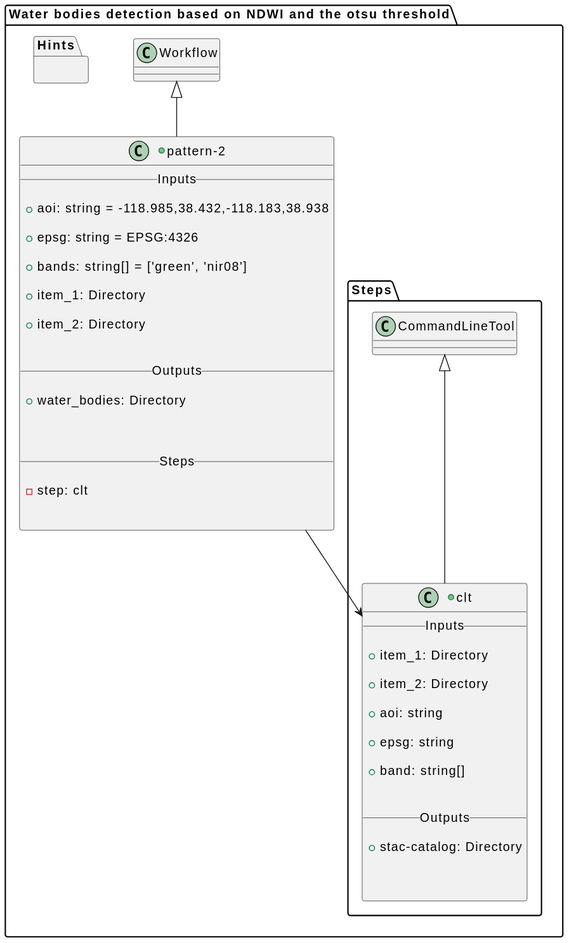
The PlantUML diagram docs/pattern-2/class.svg in eoap/application-package-patterns, before a commit. The source it was exported from:
```plantuml
@startuml














    package "Water bodies detection based on NDWI and the otsu threshold" {



    +class "pattern-2" as Workflow_pattern_2 extends Workflow {
        __ Inputs __

        + aoi: string = -118.985,38.432,-118.183,38.938

        + epsg: string = EPSG:4326

        + bands: string[] = ['green', 'nir08']

        + item_1: Directory

        + item_2: Directory


        __ Outputs __

        + water_bodies: Directory



        __ Steps __

        - step: clt


    }


















    package "Steps" {







    +class "clt" as CommandLineTool_clt extends CommandLineTool {
        __ Inputs __

        + item_1: Directory

        + item_2: Directory

        + aoi: string

        + epsg: string

        + band: string[]


        __ Outputs __

        + stac-catalog: Directory



    }





















Workflow_pattern_2 --> CommandLineTool_clt


    }





    package "Hints" {



    }

}
@enduml
```
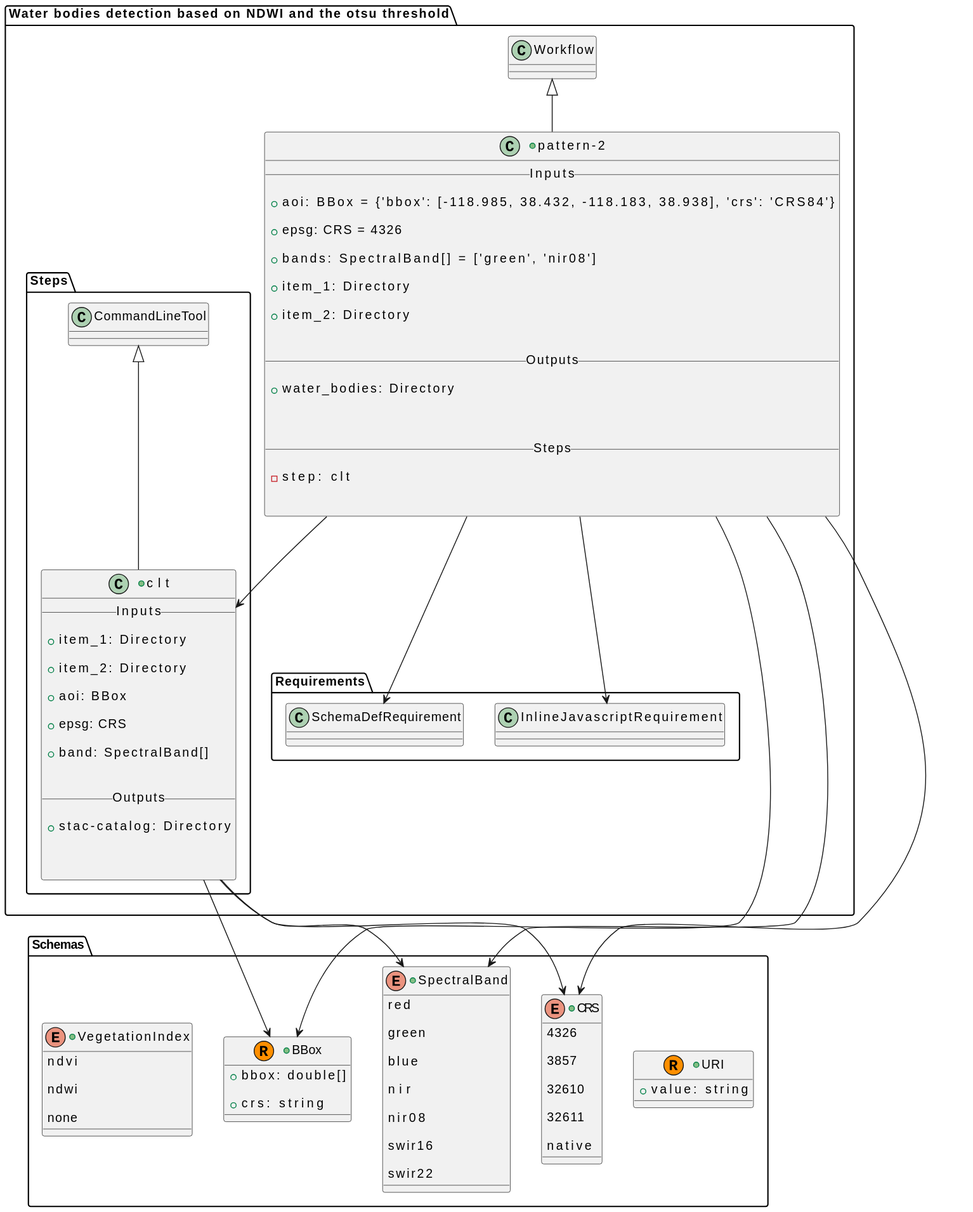
The same diagram one commit later.

The edit, as a diff of the source:
```diff
@@ -1,4 +1,28 @@
 @startuml
+            package "Schemas" {
+
+
+
+
+                        +record URI {
+
+        +value: string
+
+    }
+
+
+
+
+
+
+
+                        +record BBox {
+
+        +bbox: double[]
+
+        +crs: string
+
+    }
 
 
 
@@ -7,8 +31,58 @@
 
 
 
+                        +enum SpectralBand {
+
+        red
+
+        green
+
+        blue
+
+        nir
+
+        nir08
+
+        swir16
+
+        swir22
+
+    }
 
 
+
+
+
+                        +enum CRS {
+
+        4326
+
+        3857
+
+        32610
+
+        32611
+
+        native
+
+    }
+
+
+
+
+
+                        +enum VegetationIndex {
+
+        ndvi
+
+        ndwi
+
+        none
+
+    }
+
+
+            }
 
 
 
@@ -20,11 +94,11 @@
     +class "pattern-2" as Workflow_pattern_2 extends Workflow {
         __ Inputs __
 
-        + aoi: string = -118.985,38.432,-118.183,38.938
+        + aoi: BBox = {'bbox': [-118.985, 38.432, -118.183, 38.938], 'crs': 'CRS84'}
 
-        + epsg: string = EPSG:4326
+        + epsg: CRS = 4326
 
-        + bands: string[] = ['green', 'nir08']
+        + bands: SpectralBand[] = ['green', 'nir08']
 
         + item_1: Directory
 
@@ -46,12 +120,15 @@
 
 
 
+        Workflow_pattern_2 --> BBox
 
 
 
+        Workflow_pattern_2 --> CRS
 
 
 
+        Workflow_pattern_2 --> SpectralBand
 
 
 
@@ -76,11 +153,11 @@
 
         + item_2: Directory
 
-        + aoi: string
+        + aoi: BBox
 
-        + epsg: string
+        + epsg: CRS
 
-        + band: string[]
+        + band: SpectralBand[]
 
 
         __ Outputs __
@@ -99,6 +176,11 @@
 
 
 
+        CommandLineTool_clt --> BBox
+
+
+
+        CommandLineTool_clt --> CRS
 
 
 
@@ -106,9 +188,7 @@
 
 
 
-
-
-
+        CommandLineTool_clt --> SpectralBand
 
 
 Workflow_pattern_2 --> CommandLineTool_clt
@@ -118,13 +198,21 @@
 
 
 
+    package "Requirements" {
 
 
-    package "Hints" {
+        class InlineJavascriptRequirement
+        Workflow_pattern_2 --> InlineJavascriptRequirement
 
+
+
+        class SchemaDefRequirement
+        Workflow_pattern_2 --> SchemaDefRequirement
 
 
     }
 
+
+
 }
 @enduml
```
